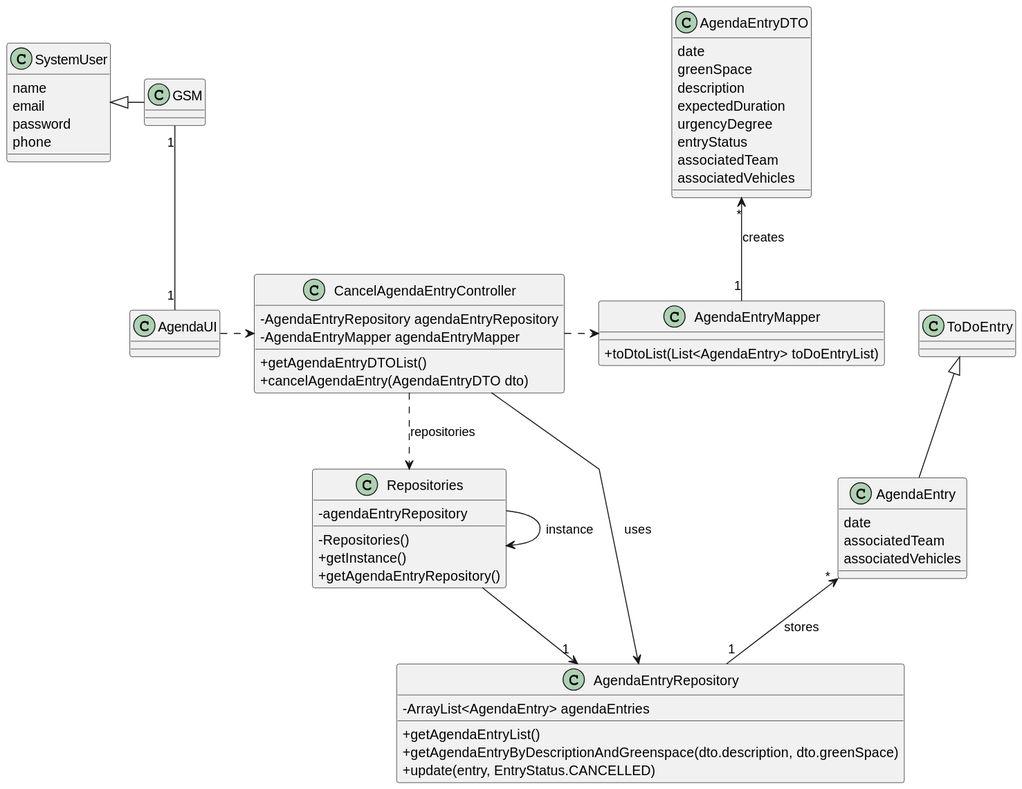
Before: docs/sprintC/us025/03.design/svg/us025-class-diagram.svg, a diagram exported from PlantUML (Departamento-de-Engenharia-Informatica/lei-24-s2-1do-g164).
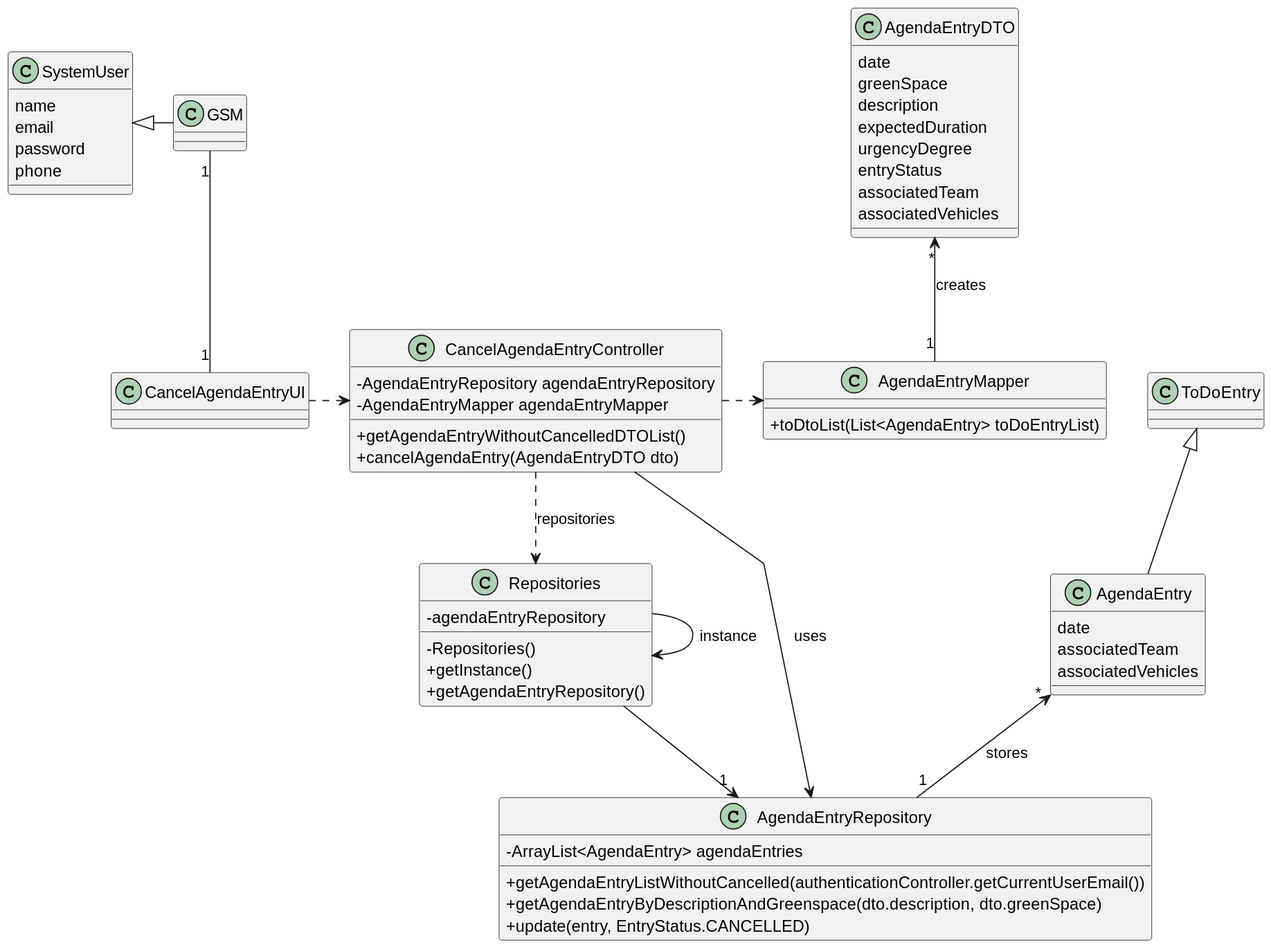
The same diagram one commit later.

Change to the diagram source:
```diff
@@ -35,7 +35,7 @@
 class AgendaEntryRepository {
     - ArrayList<AgendaEntry> agendaEntries
 
-    + getAgendaEntryList()
+    + getAgendaEntryListWithoutCancelled(authenticationController.getCurrentUserEmail())
     +getAgendaEntryByDescriptionAndGreenspace(dto.description, dto.greenSpace)
     +update(entry, EntryStatus.CANCELLED)
 }
@@ -59,15 +59,15 @@
     - AgendaEntryRepository agendaEntryRepository
     - AgendaEntryMapper agendaEntryMapper
 
-    + getAgendaEntryDTOList()
+    + getAgendaEntryWithoutCancelledDTOList()
     +cancelAgendaEntry(AgendaEntryDTO dto)
 }
 
-class AgendaUI {
+class CancelAgendaEntryUI {
 
 }
 
-AgendaUI .> CancelAgendaEntryController
+CancelAgendaEntryUI .> CancelAgendaEntryController
 CancelAgendaEntryController ..> Repositories : repositories
 Repositories --> "1" AgendaEntryRepository
 Repositories -> Repositories : instance
@@ -77,7 +77,7 @@
 SystemUser <|- GSM
 ToDoEntry <|-- AgendaEntry
 
-GSM "1" -- "1" AgendaUI
+GSM "1" -- "1" CancelAgendaEntryUI
 AgendaEntry "*" <-- "1" AgendaEntryRepository : stores
 AgendaEntryDTO "*" <-- "1" AgendaEntryMapper : creates
 @enduml
```
